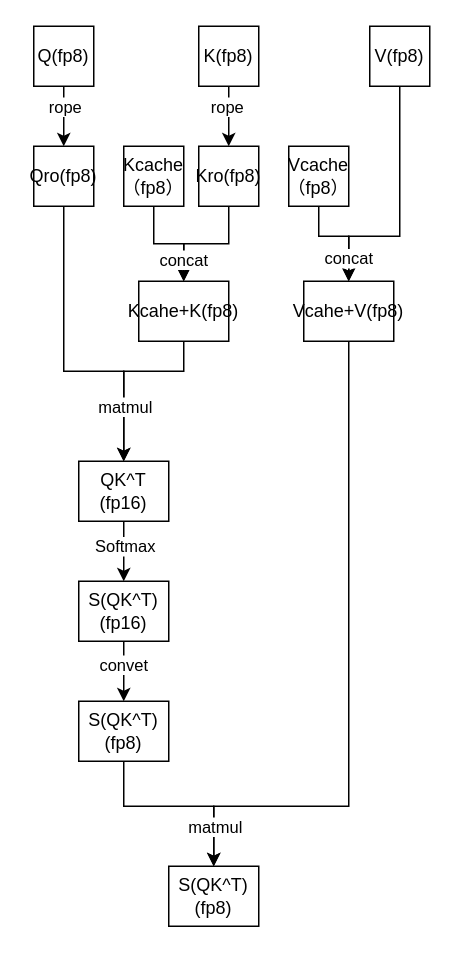
Rea1One/images keeps this draw.io diagram as 未命名绘图.drawio. Above is the earlier version. Source tidied: cells renumbered, new cells numbered last; positions are measured from the earlier drawing's top-left corner, leaving out a move shared by most shapes. Both pictures are drawn from the tidied source at 150%, with x=0, y=0 at pixel (33, 26).
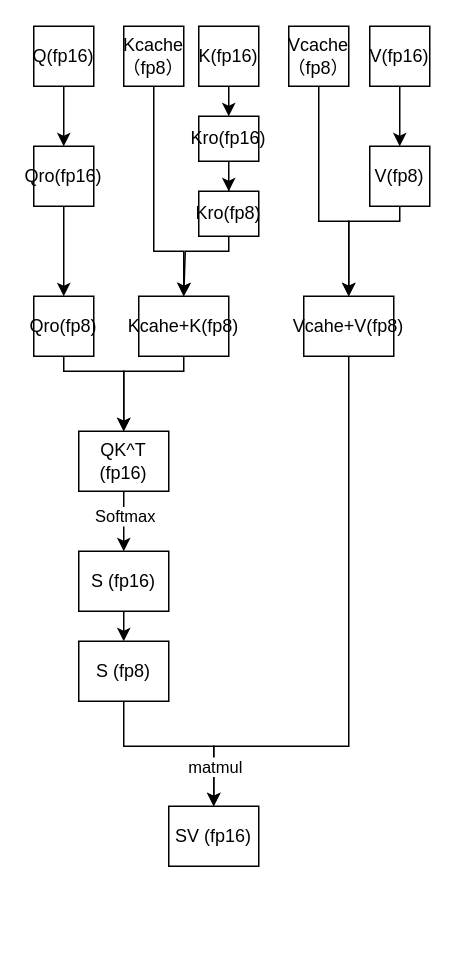
The same diagram, later.

The change refers to these unchanged cells:
```xml
<mxCell id="2" style="edgeStyle=orthogonalEdgeStyle;rounded=0;jettySize=auto;html=1;exitX=0.5;exitY=1;exitDx=0;exitDy=0;entryX=0.5;entryY=0;entryDx=0;entryDy=0;" parent="1" edge="1" source="4" target="11">
  <mxGeometry relative="1" as="geometry" />
</mxCell>
<mxCell id="5" style="edgeStyle=orthogonalEdgeStyle;rounded=0;jettySize=auto;html=1;exitX=0.5;exitY=1;exitDx=0;exitDy=0;entryX=0.5;entryY=0;entryDx=0;entryDy=0;" parent="1" edge="1" source="7" target="13">
  <mxGeometry relative="1" as="geometry" />
</mxCell>
<mxCell id="20" style="edgeStyle=orthogonalEdgeStyle;rounded=0;jettySize=auto;html=1;exitX=0.5;exitY=1;exitDx=0;exitDy=0;entryX=0.5;entryY=0;entryDx=0;entryDy=0;" parent="1" edge="1" source="22" target="19">
  <mxGeometry relative="1" as="geometry">
    <Array as="points">
      <mxPoint x="100" y="230" />
      <mxPoint x="60" y="230" />
    </Array>
  </mxGeometry>
</mxCell>
<mxCell id="26" style="edgeStyle=orthogonalEdgeStyle;rounded=0;jettySize=auto;html=1;exitX=0.5;exitY=1;exitDx=0;exitDy=0;entryX=0.5;entryY=0;entryDx=0;entryDy=0;" parent="1" edge="1" source="28" target="34">
  <mxGeometry relative="1" as="geometry" />
</mxCell>
```

Change to the diagram source:
```diff
@@
-    <mxCell id="3" value="rope" style="edgeLabel;html=1;align=center;verticalAlign=middle;" parent="2" vertex="1">
-      <mxGeometry x="-0.35" relative="1" as="geometry" />
-    </mxCell>
-    <mxCell id="4" value="Q(fp8)" style="rounded=0;whiteSpace=wrap;html=1;" parent="1" vertex="1">
+    <mxCell id="4" value="Q(fp16)" style="rounded=0;whiteSpace=wrap;html=1;" parent="1" vertex="1">
       <mxGeometry width="40" height="40" as="geometry" />
     </mxCell>
@@
-    <mxCell id="6" value="rope" style="edgeLabel;html=1;align=center;verticalAlign=middle;" parent="5" vertex="1">
-      <mxGeometry x="-0.35" y="-2" relative="1" as="geometry" />
-    </mxCell>
-    <mxCell id="7" value="K(fp8)" style="rounded=0;whiteSpace=wrap;html=1;" parent="1" vertex="1">
+    <mxCell id="7" value="K(fp16)" style="rounded=0;whiteSpace=wrap;html=1;" parent="1" vertex="1">
       <mxGeometry x="110" width="40" height="40" as="geometry" />
     </mxCell>
-    <mxCell id="8" style="edgeStyle=orthogonalEdgeStyle;rounded=0;jettySize=auto;html=1;exitX=0.5;exitY=1;exitDx=0;exitDy=0;entryX=0.5;entryY=0;entryDx=0;entryDy=0;" parent="1" edge="1" source="9" target="30">
-      <mxGeometry relative="1" as="geometry">
-        <Array as="points">
-          <mxPoint x="244" y="140" />
-          <mxPoint x="210" y="140" />
-        </Array>
-      </mxGeometry>
-    </mxCell>
+    <mxCell id="35" style="edgeStyle=orthogonalEdgeStyle;rounded=0;jettySize=auto;html=1;exitX=0.5;exitY=1;exitDx=0;exitDy=0;entryX=0.5;entryY=0;entryDx=0;entryDy=0;" parent="1" edge="1" source="9" target="43">
+      <mxGeometry relative="1" as="geometry" />
+    </mxCell>
-    <mxCell id="9" value="V(fp8)" style="rounded=0;whiteSpace=wrap;html=1;" parent="1" vertex="1">
+    <mxCell id="9" value="V(fp16)" style="rounded=0;whiteSpace=wrap;html=1;" parent="1" vertex="1">
       <mxGeometry x="224" width="40" height="40" as="geometry" />
     </mxCell>
-    <mxCell id="10" style="edgeStyle=orthogonalEdgeStyle;rounded=0;jettySize=auto;html=1;exitX=0.5;exitY=1;exitDx=0;exitDy=0;entryX=0.5;entryY=0;entryDx=0;entryDy=0;" parent="1" edge="1" source="11" target="19">
-      <mxGeometry relative="1" as="geometry">
-        <Array as="points">
-          <mxPoint x="20" y="230" />
-          <mxPoint x="60" y="230" />
-        </Array>
-      </mxGeometry>
-    </mxCell>
+    <mxCell id="36" style="edgeStyle=orthogonalEdgeStyle;rounded=0;jettySize=auto;html=1;exitX=0.5;exitY=1;exitDx=0;exitDy=0;entryX=0.5;entryY=0;entryDx=0;entryDy=0;" parent="1" edge="1" source="11" target="41">
+      <mxGeometry relative="1" as="geometry" />
+    </mxCell>
-    <mxCell id="11" value="Qro(fp8)" style="rounded=0;whiteSpace=wrap;html=1;" parent="1" vertex="1">
+    <mxCell id="11" value="Qro(fp16)" style="rounded=0;whiteSpace=wrap;html=1;" parent="1" vertex="1">
       <mxGeometry y="80" width="40" height="40" as="geometry" />
     </mxCell>
-    <mxCell id="12" style="edgeStyle=orthogonalEdgeStyle;rounded=0;jettySize=auto;html=1;exitX=0.5;exitY=1;exitDx=0;exitDy=0;entryX=0.5;entryY=0;entryDx=0;entryDy=0;" parent="1" edge="1" source="13" target="22">
-      <mxGeometry relative="1" as="geometry" />
-    </mxCell>
+    <mxCell id="37" style="edgeStyle=orthogonalEdgeStyle;rounded=0;jettySize=auto;html=1;exitX=0.5;exitY=1;exitDx=0;exitDy=0;" parent="1" edge="1" source="13" target="39">
+      <mxGeometry relative="1" as="geometry" />
+    </mxCell>
-    <mxCell id="13" value="Kro(fp8)" style="rounded=0;whiteSpace=wrap;html=1;" parent="1" vertex="1">
-      <mxGeometry x="110" y="80" width="40" height="40" as="geometry" />
+    <mxCell id="13" value="Kro(fp16)" style="rounded=0;whiteSpace=wrap;html=1;" parent="1" vertex="1">
+      <mxGeometry x="110" y="60" width="40" height="30" as="geometry" />
     </mxCell>
     <mxCell id="14" style="edgeStyle=orthogonalEdgeStyle;rounded=0;jettySize=auto;html=1;exitX=0.5;exitY=1;exitDx=0;exitDy=0;entryX=0.5;entryY=0;entryDx=0;entryDy=0;" parent="1" edge="1" source="16" target="22">
-      <mxGeometry relative="1" as="geometry" />
+      <mxGeometry relative="1" as="geometry">
+        <Array as="points">
+          <mxPoint x="80" y="150" />
+          <mxPoint x="100" y="150" />
+        </Array>
+      </mxGeometry>
     </mxCell>
-    <mxCell id="15" value="concat" style="edgeLabel;html=1;align=center;verticalAlign=middle;" parent="14" vertex="1">
-      <mxGeometry x="0.57" y="-1" relative="1" as="geometry" />
-    </mxCell>
     <mxCell id="16" value="Kcache（fp8）" style="rounded=0;whiteSpace=wrap;html=1;" parent="1" vertex="1">
-      <mxGeometry x="60" y="80" width="40" height="40" as="geometry" />
+      <mxGeometry x="60" width="40" height="40" as="geometry" />
     </mxCell>
@@
     <mxCell id="19" value="QK^T (fp16)" style="rounded=0;whiteSpace=wrap;html=1;" parent="1" vertex="1">
-      <mxGeometry x="30" y="290" width="60" height="40" as="geometry" />
+      <mxGeometry x="30" y="270" width="60" height="40" as="geometry" />
     </mxCell>
@@
-    <mxCell id="21" value="matmul" style="edgeLabel;html=1;align=center;verticalAlign=middle;" parent="20" vertex="1">
-      <mxGeometry x="0.38" relative="1" as="geometry" />
-    </mxCell>
     <mxCell id="22" value="Kcahe+K(fp8)" style="rounded=0;whiteSpace=wrap;html=1;" parent="1" vertex="1">
-      <mxGeometry x="70" y="170" width="60" height="40" as="geometry" />
+      <mxGeometry x="70" y="180" width="60" height="40" as="geometry" />
     </mxCell>
     <mxCell id="23" style="edgeStyle=orthogonalEdgeStyle;rounded=0;jettySize=auto;html=1;exitX=0.5;exitY=1;exitDx=0;exitDy=0;entryX=0.5;entryY=0;entryDx=0;entryDy=0;" parent="1" edge="1" source="25" target="30">
       <mxGeometry relative="1" as="geometry">
         <Array as="points">
-          <mxPoint x="190" y="140" />
-          <mxPoint x="210" y="140" />
+          <mxPoint x="190" y="130" />
+          <mxPoint x="210" y="130" />
         </Array>
       </mxGeometry>
     </mxCell>
-    <mxCell id="24" value="concat" style="edgeLabel;html=1;align=center;verticalAlign=middle;" parent="23" vertex="1">
-      <mxGeometry x="0.55" y="-1" relative="1" as="geometry" />
-    </mxCell>
     <mxCell id="25" value="Vcache（fp8）" style="rounded=0;whiteSpace=wrap;html=1;" parent="1" vertex="1">
-      <mxGeometry x="170" y="80" width="40" height="40" as="geometry" />
+      <mxGeometry x="170" width="40" height="40" as="geometry" />
     </mxCell>
@@
-    <mxCell id="27" value="convet" style="edgeLabel;html=1;align=center;verticalAlign=middle;" parent="26" vertex="1">
-      <mxGeometry x="-0.26" y="-1" relative="1" as="geometry" />
-    </mxCell>
-    <mxCell id="28" value="S(QK^T) (fp16)" style="rounded=0;whiteSpace=wrap;html=1;" parent="1" vertex="1">
-      <mxGeometry x="30" y="370" width="60" height="40" as="geometry" />
+    <mxCell id="28" value="S (fp16)" style="rounded=0;whiteSpace=wrap;html=1;" parent="1" vertex="1">
+      <mxGeometry x="30" y="350" width="60" height="40" as="geometry" />
     </mxCell>
     <mxCell id="29" style="edgeStyle=orthogonalEdgeStyle;rounded=0;jettySize=auto;html=1;exitX=0.5;exitY=1;exitDx=0;exitDy=0;" parent="1" edge="1" source="30" target="31">
       <mxGeometry relative="1" as="geometry">
         <Array as="points">
-          <mxPoint x="210" y="520" />
-          <mxPoint x="120" y="520" />
+          <mxPoint x="210" y="480" />
+          <mxPoint x="120" y="480" />
         </Array>
       </mxGeometry>
     </mxCell>
     <mxCell id="30" value="Vcahe+V(fp8)" style="rounded=0;whiteSpace=wrap;html=1;" parent="1" vertex="1">
-      <mxGeometry x="180" y="170" width="60" height="40" as="geometry" />
+      <mxGeometry x="180" y="180" width="60" height="40" as="geometry" />
     </mxCell>
-    <mxCell id="31" value="S(QK^T) (fp8)" style="rounded=0;whiteSpace=wrap;html=1;" parent="1" vertex="1">
-      <mxGeometry x="90" y="560" width="60" height="40" as="geometry" />
+    <mxCell id="31" value="SV (fp16)" style="rounded=0;whiteSpace=wrap;html=1;" parent="1" vertex="1">
+      <mxGeometry x="90" y="520" width="60" height="40" as="geometry" />
     </mxCell>
     <mxCell id="32" style="edgeStyle=orthogonalEdgeStyle;rounded=0;jettySize=auto;html=1;exitX=0.5;exitY=1;exitDx=0;exitDy=0;entryX=0.5;entryY=0;entryDx=0;entryDy=0;" parent="1" edge="1" source="34" target="31">
       <mxGeometry relative="1" as="geometry">
         <Array as="points">
-          <mxPoint x="60" y="520" />
-          <mxPoint x="120" y="520" />
+          <mxPoint x="60" y="480" />
+          <mxPoint x="120" y="480" />
         </Array>
       </mxGeometry>
     </mxCell>
@@
-    <mxCell id="34" value="S(QK^T) (fp8)" style="rounded=0;whiteSpace=wrap;html=1;" parent="1" vertex="1">
-      <mxGeometry x="30" y="450" width="60" height="40" as="geometry" />
+    <mxCell id="34" value="S (fp8)" style="rounded=0;whiteSpace=wrap;html=1;" parent="1" vertex="1">
+      <mxGeometry x="30" y="410" width="60" height="40" as="geometry" />
     </mxCell>
+    <mxCell id="38" style="edgeStyle=orthogonalEdgeStyle;rounded=0;jettySize=auto;html=1;exitX=0.5;exitY=1;exitDx=0;exitDy=0;" parent="1" edge="1" source="39">
+      <mxGeometry relative="1" as="geometry">
+        <mxPoint x="100" y="180" as="targetPoint" />
+        <Array as="points">
+          <mxPoint x="130" y="150" />
+          <mxPoint x="101" y="150" />
+        </Array>
+      </mxGeometry>
+    </mxCell>
+    <mxCell id="39" value="Kro(fp8)" style="rounded=0;whiteSpace=wrap;html=1;" parent="1" vertex="1">
+      <mxGeometry x="110" y="110" width="40" height="30" as="geometry" />
+    </mxCell>
+    <mxCell id="40" style="edgeStyle=orthogonalEdgeStyle;rounded=0;jettySize=auto;html=1;exitX=0.5;exitY=1;exitDx=0;exitDy=0;" parent="1" edge="1" source="41" target="19">
+      <mxGeometry relative="1" as="geometry">
+        <Array as="points">
+          <mxPoint x="20" y="230" />
+          <mxPoint x="60" y="230" />
+        </Array>
+      </mxGeometry>
+    </mxCell>
+    <mxCell id="41" value="Qro(fp8)" style="rounded=0;whiteSpace=wrap;html=1;" parent="1" vertex="1">
+      <mxGeometry y="180" width="40" height="40" as="geometry" />
+    </mxCell>
+    <mxCell id="42" style="edgeStyle=orthogonalEdgeStyle;rounded=0;jettySize=auto;html=1;exitX=0.5;exitY=1;exitDx=0;exitDy=0;entryX=0.5;entryY=0;entryDx=0;entryDy=0;" parent="1" edge="1" source="43" target="30">
+      <mxGeometry relative="1" as="geometry">
+        <Array as="points">
+          <mxPoint x="244" y="130" />
+          <mxPoint x="210" y="130" />
+        </Array>
+      </mxGeometry>
+    </mxCell>
+    <mxCell id="43" value="V(fp8)" style="rounded=0;whiteSpace=wrap;html=1;" parent="1" vertex="1">
+      <mxGeometry x="224" y="80" width="40" height="40" as="geometry" />
+    </mxCell>
```
